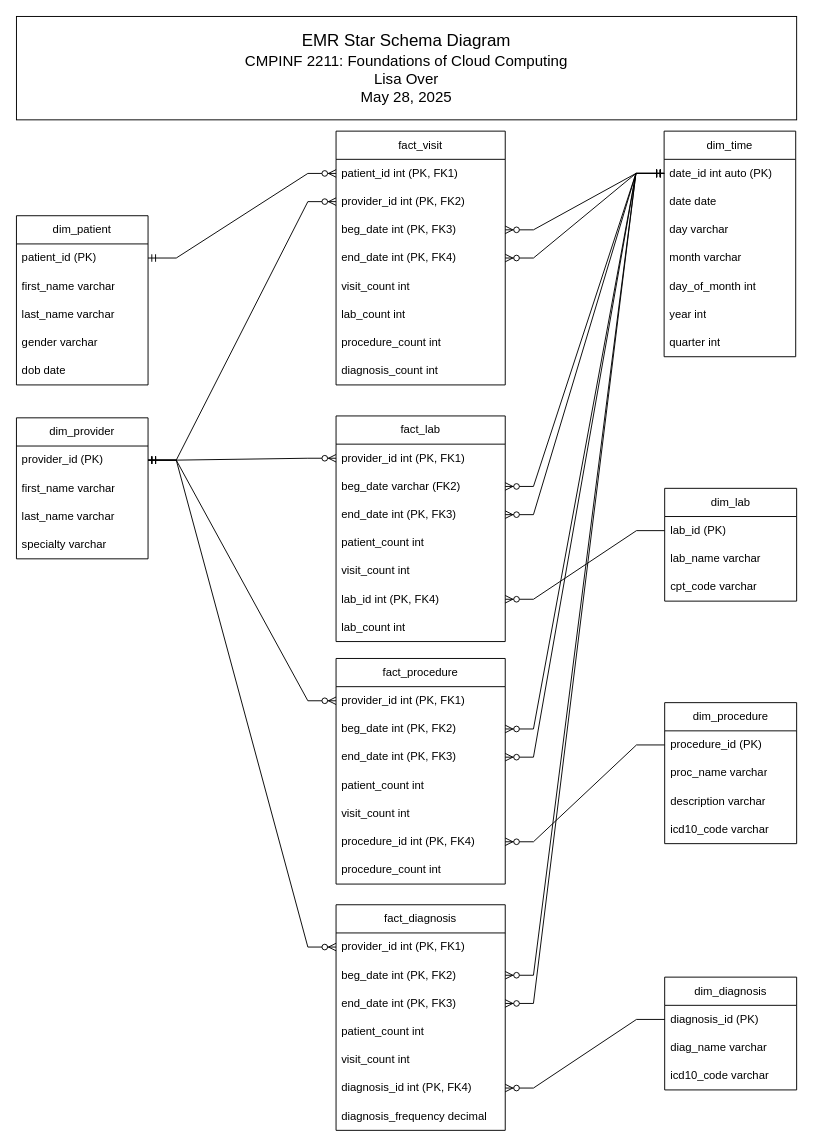
This is EMR_Star_Schema/schema_diagram.drawio from sandbox-lisa/drawio, a draw.io file, before an edit. Source tidied: cells renumbered, new cells numbered last; positions are measured from the earlier drawing's top-left corner, leaving out a move shared by most shapes. Both pictures are drawn from the tidied source at 94%, with x=0, y=0 at pixel (16, 16).
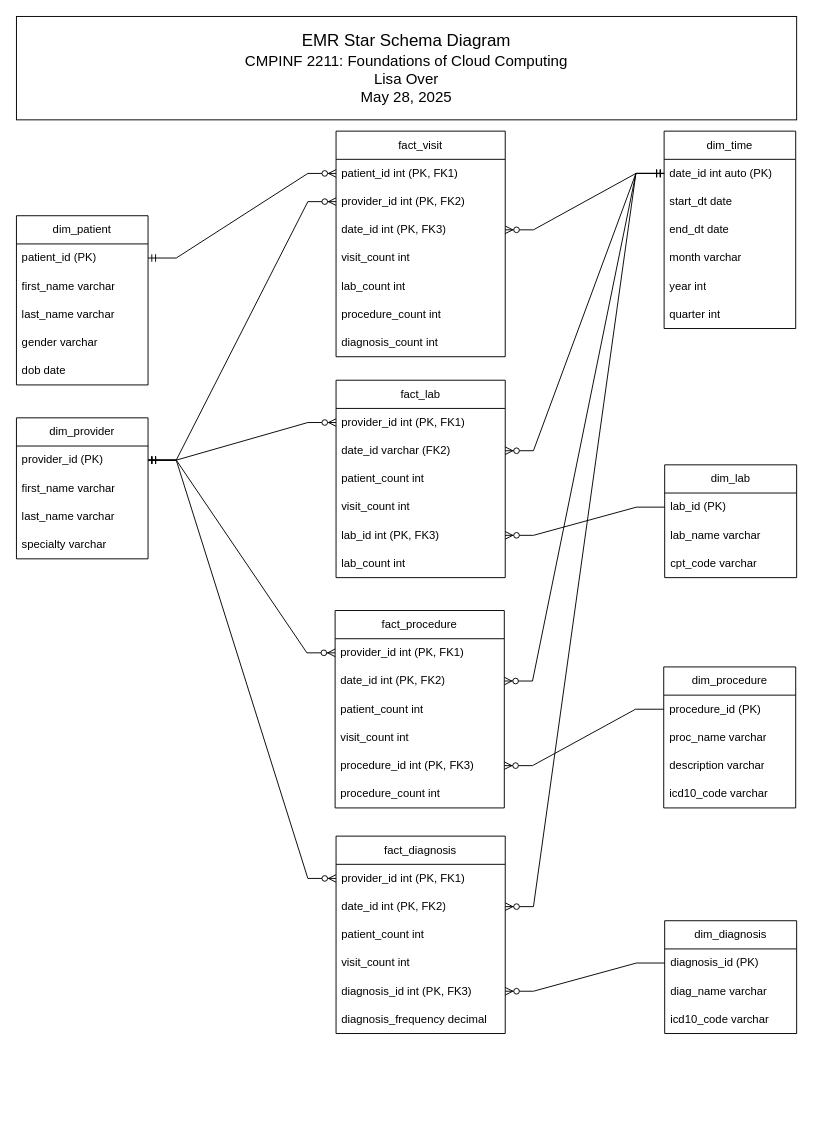
The same diagram, later.

Unchanged cells that the change refers to:
```xml
<mxCell id="12" value="date_id int auto (PK)" style="text;strokeColor=none;fillColor=none;align=left;verticalAlign=middle;spacingLeft=4;spacingRight=4;overflow=hidden;points=[[0,0.5],[1,0.5]];portConstraint=eastwest;whiteSpace=wrap;html=1;" parent="11" vertex="1">
  <mxGeometry y="30" width="140" height="30" as="geometry" />
</mxCell>
```

Diff of the diagram source:
```diff
@@
     <mxCell id="2" value="fact_visit" style="swimlane;fontStyle=0;horizontal=1;startSize=30;whiteSpace=wrap;html=1;" parent="1" vertex="1">
-      <mxGeometry x="340" y="122" width="180" height="270" as="geometry" />
+      <mxGeometry x="340" y="122" width="180" height="240" as="geometry" />
     </mxCell>
@@
-    <mxCell id="5" value="beg_date int (PK, FK3)" style="text;strokeColor=none;fillColor=none;align=left;verticalAlign=middle;spacingLeft=4;spacingRight=4;overflow=hidden;points=[[0,0.5],[1,0.5]];portConstraint=eastwest;whiteSpace=wrap;html=1;" parent="2" vertex="1">
+    <mxCell id="5" value="date_id int (PK, FK3)" style="text;strokeColor=none;fillColor=none;align=left;verticalAlign=middle;spacingLeft=4;spacingRight=4;overflow=hidden;points=[[0,0.5],[1,0.5]];portConstraint=eastwest;whiteSpace=wrap;html=1;" parent="2" vertex="1">
       <mxGeometry y="90" width="180" height="30" as="geometry" />
     </mxCell>
-    <mxCell id="6" value="end_date int (PK, FK4)" style="text;strokeColor=none;fillColor=none;align=left;verticalAlign=middle;spacingLeft=4;spacingRight=4;overflow=hidden;points=[[0,0.5],[1,0.5]];portConstraint=eastwest;whiteSpace=wrap;html=1;" parent="2" vertex="1">
-      <mxGeometry y="120" width="180" height="30" as="geometry" />
-    </mxCell>
     <mxCell id="7" value="visit_count int" style="text;strokeColor=none;fillColor=none;align=left;verticalAlign=middle;spacingLeft=4;spacingRight=4;overflow=hidden;whiteSpace=wrap;html=1;" parent="2" vertex="1">
-      <mxGeometry y="150" width="180" height="30" as="geometry" />
+      <mxGeometry y="120" width="180" height="30" as="geometry" />
     </mxCell>
     <mxCell id="8" value="lab_count int" style="text;strokeColor=none;fillColor=none;align=left;verticalAlign=middle;spacingLeft=4;spacingRight=4;overflow=hidden;whiteSpace=wrap;html=1;" parent="2" vertex="1">
-      <mxGeometry y="180" width="180" height="30" as="geometry" />
+      <mxGeometry y="150" width="180" height="30" as="geometry" />
     </mxCell>
     <mxCell id="9" value="procedure_count int" style="text;strokeColor=none;fillColor=none;align=left;verticalAlign=middle;spacingLeft=4;spacingRight=4;overflow=hidden;whiteSpace=wrap;html=1;" parent="2" vertex="1">
-      <mxGeometry y="210" width="180" height="30" as="geometry" />
+      <mxGeometry y="180" width="180" height="30" as="geometry" />
     </mxCell>
     <mxCell id="10" value="diagnosis_count int" style="text;strokeColor=none;fillColor=none;align=left;verticalAlign=middle;spacingLeft=4;spacingRight=4;overflow=hidden;whiteSpace=wrap;html=1;" parent="2" vertex="1">
-      <mxGeometry y="240" width="180" height="30" as="geometry" />
+      <mxGeometry y="210" width="180" height="30" as="geometry" />
     </mxCell>
     <mxCell id="11" value="dim_time" style="swimlane;fontStyle=0;horizontal=1;startSize=30;whiteSpace=wrap;html=1;" parent="1" vertex="1">
-      <mxGeometry x="689" y="122" width="140" height="240" as="geometry" />
+      <mxGeometry x="689" y="122" width="140" height="210" as="geometry" />
     </mxCell>
@@
-    <mxCell id="13" value="date date" style="text;strokeColor=none;fillColor=none;align=left;verticalAlign=middle;spacingLeft=4;spacingRight=4;overflow=hidden;whiteSpace=wrap;html=1;" parent="11" vertex="1">
-      <mxGeometry y="60" width="140" height="30" as="geometry" />
-    </mxCell>
-    <mxCell id="14" value="day varchar" style="text;strokeColor=none;fillColor=none;align=left;verticalAlign=middle;spacingLeft=4;spacingRight=4;overflow=hidden;whiteSpace=wrap;html=1;" parent="11" vertex="1">
-      <mxGeometry y="90" width="140" height="30" as="geometry" />
-    </mxCell>
-    <mxCell id="15" value="month varchar" style="text;strokeColor=none;fillColor=none;align=left;verticalAlign=middle;spacingLeft=4;spacingRight=4;overflow=hidden;whiteSpace=wrap;html=1;" parent="11" vertex="1">
-      <mxGeometry y="120" width="140" height="30" as="geometry" />
+    <mxCell id="15" value="start_dt date" style="text;strokeColor=none;fillColor=none;align=left;verticalAlign=middle;spacingLeft=4;spacingRight=4;overflow=hidden;whiteSpace=wrap;html=1;" parent="11" vertex="1">
+      <mxGeometry y="60" width="140" height="30" as="geometry" />
     </mxCell>
-    <mxCell id="16" value="day_of_month int" style="text;strokeColor=none;fillColor=none;align=left;verticalAlign=middle;spacingLeft=4;spacingRight=4;overflow=hidden;whiteSpace=wrap;html=1;" parent="11" vertex="1">
-      <mxGeometry y="150" width="140" height="30" as="geometry" />
-    </mxCell>
+    <mxCell id="84" value="end_dt date" style="text;strokeColor=none;fillColor=none;align=left;verticalAlign=middle;spacingLeft=4;spacingRight=4;overflow=hidden;whiteSpace=wrap;html=1;" parent="11" vertex="1">
+      <mxGeometry y="90" width="140" height="30" as="geometry" />
+    </mxCell>
+    <mxCell id="85" value="month varchar" style="text;strokeColor=none;fillColor=none;align=left;verticalAlign=middle;spacingLeft=4;spacingRight=4;overflow=hidden;whiteSpace=wrap;html=1;" parent="11" vertex="1">
+      <mxGeometry y="120" width="140" height="30" as="geometry" />
+    </mxCell>
     <mxCell id="17" value="year int" style="text;strokeColor=none;fillColor=none;align=left;verticalAlign=middle;spacingLeft=4;spacingRight=4;overflow=hidden;whiteSpace=wrap;html=1;" parent="11" vertex="1">
-      <mxGeometry y="180" width="140" height="30" as="geometry" />
+      <mxGeometry y="150" width="140" height="30" as="geometry" />
     </mxCell>
     <mxCell id="18" value="quarter int" style="text;strokeColor=none;fillColor=none;align=left;verticalAlign=middle;spacingLeft=4;spacingRight=4;overflow=hidden;whiteSpace=wrap;html=1;" parent="11" vertex="1">
-      <mxGeometry y="210" width="140" height="30" as="geometry" />
+      <mxGeometry y="180" width="140" height="30" as="geometry" />
     </mxCell>
@@
     <mxCell id="30" value="dim_diagnosis" style="swimlane;fontStyle=0;horizontal=1;startSize=30;whiteSpace=wrap;html=1;" parent="1" vertex="1">
-      <mxGeometry x="689.6" y="1022" width="140.4" height="120" as="geometry" />
+      <mxGeometry x="689.6" y="962" width="140.4" height="120" as="geometry" />
     </mxCell>
@@
     <mxCell id="35" value="fact_lab" style="swimlane;fontStyle=0;horizontal=1;startSize=30;whiteSpace=wrap;html=1;" parent="1" vertex="1">
-      <mxGeometry x="340" y="425" width="180" height="240" as="geometry" />
+      <mxGeometry x="340" y="387" width="180" height="210" as="geometry" />
     </mxCell>
@@
-    <mxCell id="37" value="beg_date&amp;nbsp;varchar (FK2)" style="text;strokeColor=none;fillColor=none;align=left;verticalAlign=middle;spacingLeft=4;spacingRight=4;overflow=hidden;points=[[0,0.5],[1,0.5]];portConstraint=eastwest;whiteSpace=wrap;html=1;" parent="35" vertex="1">
+    <mxCell id="37" value="date_id varchar (FK2)" style="text;strokeColor=none;fillColor=none;align=left;verticalAlign=middle;spacingLeft=4;spacingRight=4;overflow=hidden;points=[[0,0.5],[1,0.5]];portConstraint=eastwest;whiteSpace=wrap;html=1;" parent="35" vertex="1">
       <mxGeometry y="60" width="180" height="30" as="geometry" />
     </mxCell>
-    <mxCell id="38" value="end_date int (PK,&amp;nbsp;FK3)" style="text;strokeColor=none;fillColor=none;align=left;verticalAlign=middle;spacingLeft=4;spacingRight=4;overflow=hidden;points=[[0,0.5],[1,0.5]];portConstraint=eastwest;whiteSpace=wrap;html=1;" parent="35" vertex="1">
-      <mxGeometry y="90" width="180" height="30" as="geometry" />
-    </mxCell>
     <mxCell id="39" value="patient_count int" style="text;strokeColor=none;fillColor=none;align=left;verticalAlign=middle;spacingLeft=4;spacingRight=4;overflow=hidden;whiteSpace=wrap;html=1;" parent="35" vertex="1">
-      <mxGeometry y="120" width="180" height="30" as="geometry" />
+      <mxGeometry y="90" width="180" height="30" as="geometry" />
     </mxCell>
     <mxCell id="40" value="visit_count int" style="text;strokeColor=none;fillColor=none;align=left;verticalAlign=middle;spacingLeft=4;spacingRight=4;overflow=hidden;whiteSpace=wrap;html=1;" parent="35" vertex="1">
-      <mxGeometry y="150" width="180" height="30" as="geometry" />
+      <mxGeometry y="120" width="180" height="30" as="geometry" />
     </mxCell>
-    <mxCell id="41" value="lab_id int (PK,&amp;nbsp;FK4)" style="text;strokeColor=none;fillColor=none;align=left;verticalAlign=middle;spacingLeft=4;spacingRight=4;overflow=hidden;points=[[0,0.5],[1,0.5]];portConstraint=eastwest;whiteSpace=wrap;html=1;" parent="35" vertex="1">
-      <mxGeometry y="180" width="180" height="30" as="geometry" />
+    <mxCell id="41" value="lab_id int (PK,&amp;nbsp;FK3)" style="text;strokeColor=none;fillColor=none;align=left;verticalAlign=middle;spacingLeft=4;spacingRight=4;overflow=hidden;points=[[0,0.5],[1,0.5]];portConstraint=eastwest;whiteSpace=wrap;html=1;" parent="35" vertex="1">
+      <mxGeometry y="150" width="180" height="30" as="geometry" />
     </mxCell>
     <mxCell id="42" value="lab_count int" style="text;strokeColor=none;fillColor=none;align=left;verticalAlign=middle;spacingLeft=4;spacingRight=4;overflow=hidden;whiteSpace=wrap;html=1;" parent="35" vertex="1">
-      <mxGeometry y="210" width="180" height="30" as="geometry" />
+      <mxGeometry y="180" width="180" height="30" as="geometry" />
     </mxCell>
     <mxCell id="43" value="dim_lab" style="swimlane;fontStyle=0;horizontal=1;startSize=30;whiteSpace=wrap;html=1;" parent="1" vertex="1">
-      <mxGeometry x="689.6" y="502" width="140.4" height="120" as="geometry" />
+      <mxGeometry x="689.6" y="477" width="140.4" height="120" as="geometry" />
     </mxCell>
@@
     <mxCell id="47" value="dim_procedure" style="swimlane;fontStyle=0;horizontal=1;startSize=30;whiteSpace=wrap;html=1;" parent="1" vertex="1">
-      <mxGeometry x="689.6" y="730" width="140.4" height="150" as="geometry" />
+      <mxGeometry x="688.6" y="692" width="140.4" height="150" as="geometry" />
     </mxCell>
@@
     <mxCell id="55" value="fact_procedure" style="swimlane;fontStyle=0;horizontal=1;startSize=30;whiteSpace=wrap;html=1;" parent="1" vertex="1">
-      <mxGeometry x="340" y="683" width="180" height="240" as="geometry" />
+      <mxGeometry x="339" y="632" width="180" height="210" as="geometry" />
     </mxCell>
@@
-    <mxCell id="57" value="beg_date&amp;nbsp;int (PK,&amp;nbsp;FK2)" style="text;strokeColor=none;fillColor=none;align=left;verticalAlign=middle;spacingLeft=4;spacingRight=4;overflow=hidden;points=[[0,0.5],[1,0.5]];portConstraint=eastwest;whiteSpace=wrap;html=1;" parent="55" vertex="1">
+    <mxCell id="57" value="date_id int (PK,&amp;nbsp;FK2)" style="text;strokeColor=none;fillColor=none;align=left;verticalAlign=middle;spacingLeft=4;spacingRight=4;overflow=hidden;points=[[0,0.5],[1,0.5]];portConstraint=eastwest;whiteSpace=wrap;html=1;" parent="55" vertex="1">
       <mxGeometry y="60" width="180" height="30" as="geometry" />
     </mxCell>
-    <mxCell id="58" value="end_date int (PK,&amp;nbsp;FK3)" style="text;strokeColor=none;fillColor=none;align=left;verticalAlign=middle;spacingLeft=4;spacingRight=4;overflow=hidden;points=[[0,0.5],[1,0.5]];portConstraint=eastwest;whiteSpace=wrap;html=1;" parent="55" vertex="1">
-      <mxGeometry y="90" width="180" height="30" as="geometry" />
-    </mxCell>
     <mxCell id="59" value="patient_count int" style="text;strokeColor=none;fillColor=none;align=left;verticalAlign=middle;spacingLeft=4;spacingRight=4;overflow=hidden;whiteSpace=wrap;html=1;" parent="55" vertex="1">
-      <mxGeometry y="120" width="180" height="30" as="geometry" />
+      <mxGeometry y="90" width="180" height="30" as="geometry" />
     </mxCell>
     <mxCell id="60" value="visit_count int" style="text;strokeColor=none;fillColor=none;align=left;verticalAlign=middle;spacingLeft=4;spacingRight=4;overflow=hidden;whiteSpace=wrap;html=1;" parent="55" vertex="1">
-      <mxGeometry y="150" width="180" height="30" as="geometry" />
+      <mxGeometry y="120" width="180" height="30" as="geometry" />
     </mxCell>
-    <mxCell id="61" value="procedure_id int (PK,&amp;nbsp;FK4)" style="text;strokeColor=none;fillColor=none;align=left;verticalAlign=middle;spacingLeft=4;spacingRight=4;overflow=hidden;points=[[0,0.5],[1,0.5]];portConstraint=eastwest;whiteSpace=wrap;html=1;" parent="55" vertex="1">
-      <mxGeometry y="180" width="180" height="30" as="geometry" />
+    <mxCell id="61" value="procedure_id int (PK,&amp;nbsp;FK3)" style="text;strokeColor=none;fillColor=none;align=left;verticalAlign=middle;spacingLeft=4;spacingRight=4;overflow=hidden;points=[[0,0.5],[1,0.5]];portConstraint=eastwest;whiteSpace=wrap;html=1;" parent="55" vertex="1">
+      <mxGeometry y="150" width="180" height="30" as="geometry" />
     </mxCell>
     <mxCell id="62" value="procedure_count int" style="text;strokeColor=none;fillColor=none;align=left;verticalAlign=middle;spacingLeft=4;spacingRight=4;overflow=hidden;whiteSpace=wrap;html=1;" parent="55" vertex="1">
-      <mxGeometry y="210" width="180" height="30" as="geometry" />
+      <mxGeometry y="180" width="180" height="30" as="geometry" />
     </mxCell>
     <mxCell id="63" value="fact_diagnosis" style="swimlane;fontStyle=0;horizontal=1;startSize=30;whiteSpace=wrap;html=1;" parent="1" vertex="1">
-      <mxGeometry x="340" y="945" width="180" height="240" as="geometry" />
+      <mxGeometry x="340" y="872" width="180" height="210" as="geometry" />
     </mxCell>
@@
-    <mxCell id="65" value="beg_date&amp;nbsp;int (PK,&amp;nbsp;FK2)" style="text;strokeColor=none;fillColor=none;align=left;verticalAlign=middle;spacingLeft=4;spacingRight=4;overflow=hidden;points=[[0,0.5],[1,0.5]];portConstraint=eastwest;whiteSpace=wrap;html=1;" parent="63" vertex="1">
+    <mxCell id="65" value="date_id int (PK,&amp;nbsp;FK2)" style="text;strokeColor=none;fillColor=none;align=left;verticalAlign=middle;spacingLeft=4;spacingRight=4;overflow=hidden;points=[[0,0.5],[1,0.5]];portConstraint=eastwest;whiteSpace=wrap;html=1;" parent="63" vertex="1">
       <mxGeometry y="60" width="180" height="30" as="geometry" />
     </mxCell>
-    <mxCell id="66" value="end_date int (PK,&amp;nbsp;FK3)" style="text;strokeColor=none;fillColor=none;align=left;verticalAlign=middle;spacingLeft=4;spacingRight=4;overflow=hidden;points=[[0,0.5],[1,0.5]];portConstraint=eastwest;whiteSpace=wrap;html=1;" parent="63" vertex="1">
-      <mxGeometry y="90" width="180" height="30" as="geometry" />
-    </mxCell>
     <mxCell id="67" value="patient_count int" style="text;strokeColor=none;fillColor=none;align=left;verticalAlign=middle;spacingLeft=4;spacingRight=4;overflow=hidden;whiteSpace=wrap;html=1;" parent="63" vertex="1">
-      <mxGeometry y="120" width="180" height="30" as="geometry" />
+      <mxGeometry y="90" width="180" height="30" as="geometry" />
     </mxCell>
     <mxCell id="68" value="visit_count int" style="text;strokeColor=none;fillColor=none;align=left;verticalAlign=middle;spacingLeft=4;spacingRight=4;overflow=hidden;whiteSpace=wrap;html=1;" parent="63" vertex="1">
-      <mxGeometry y="150" width="180" height="30" as="geometry" />
+      <mxGeometry y="120" width="180" height="30" as="geometry" />
     </mxCell>
-    <mxCell id="69" value="diagnosis_id int (PK,&amp;nbsp;FK4)" style="text;strokeColor=none;fillColor=none;align=left;verticalAlign=middle;spacingLeft=4;spacingRight=4;overflow=hidden;points=[[0,0.5],[1,0.5]];portConstraint=eastwest;whiteSpace=wrap;html=1;" parent="63" vertex="1">
-      <mxGeometry y="180" width="180" height="30" as="geometry" />
+    <mxCell id="69" value="diagnosis_id int (PK,&amp;nbsp;FK3)" style="text;strokeColor=none;fillColor=none;align=left;verticalAlign=middle;spacingLeft=4;spacingRight=4;overflow=hidden;points=[[0,0.5],[1,0.5]];portConstraint=eastwest;whiteSpace=wrap;html=1;" parent="63" vertex="1">
+      <mxGeometry y="150" width="180" height="30" as="geometry" />
     </mxCell>
     <mxCell id="70" value="diagnosis_frequency decimal" style="text;strokeColor=none;fillColor=none;align=left;verticalAlign=middle;spacingLeft=4;spacingRight=4;overflow=hidden;whiteSpace=wrap;html=1;" parent="63" vertex="1">
-      <mxGeometry y="210" width="180" height="30" as="geometry" />
+      <mxGeometry y="180" width="180" height="30" as="geometry" />
     </mxCell>
@@
-    <mxCell id="72" style="edgeStyle=entityRelationEdgeStyle;fontSize=12;html=1;endArrow=ERzeroToMany;startArrow=ERmandOne;rounded=0;entryX=1;entryY=0.5;entryDx=0;entryDy=0;exitX=0;exitY=0.5;exitDx=0;exitDy=0;" parent="1" edge="1" source="12" target="6">
-      <mxGeometry relative="1" as="geometry" />
-    </mxCell>
-    <mxCell id="73" style="edgeStyle=entityRelationEdgeStyle;fontSize=12;html=1;endArrow=ERzeroToMany;startArrow=ERmandOne;rounded=0;entryX=1;entryY=0.5;entryDx=0;entryDy=0;exitX=0;exitY=0.5;exitDx=0;exitDy=0;" parent="1" edge="1" source="12" target="58">
-      <mxGeometry relative="1" as="geometry" />
-    </mxCell>
@@
-    <mxCell id="77" style="edgeStyle=entityRelationEdgeStyle;fontSize=12;html=1;endArrow=ERzeroToMany;startArrow=ERmandOne;rounded=0;entryX=1;entryY=0.5;entryDx=0;entryDy=0;exitX=0;exitY=0.5;exitDx=0;exitDy=0;" parent="1" edge="1" source="12" target="38">
-      <mxGeometry relative="1" as="geometry" />
-    </mxCell>
-    <mxCell id="78" style="edgeStyle=entityRelationEdgeStyle;fontSize=12;html=1;endArrow=ERzeroToMany;startArrow=ERmandOne;rounded=0;exitX=0;exitY=0.5;exitDx=0;exitDy=0;entryX=1;entryY=0.5;entryDx=0;entryDy=0;" parent="1" edge="1" source="12" target="66">
-      <mxGeometry relative="1" as="geometry" />
-    </mxCell>
```
